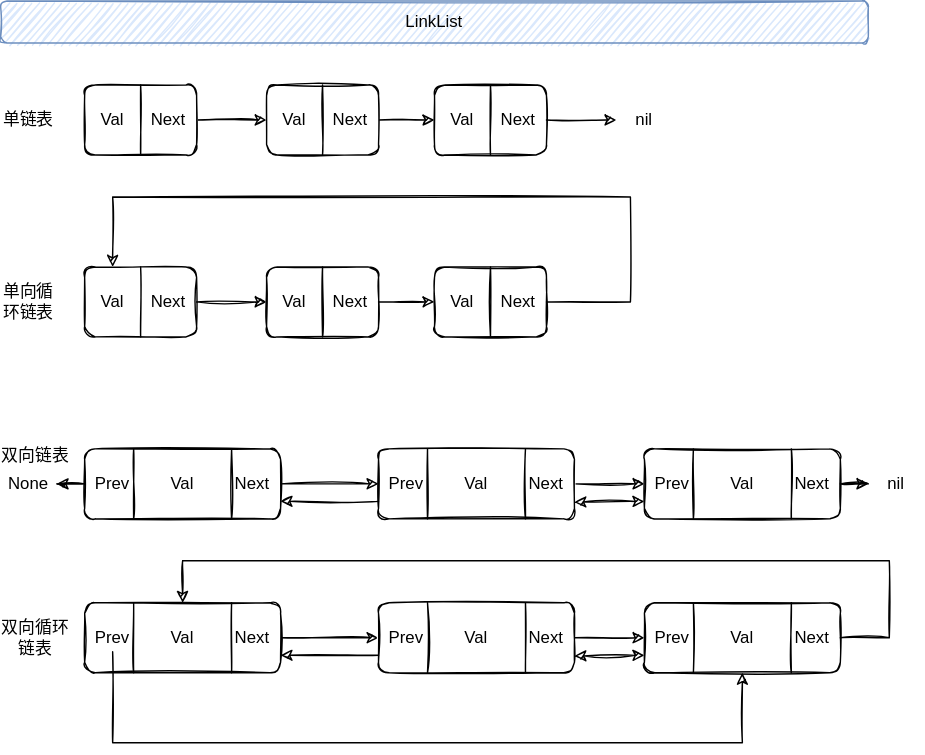
Before: 05-数据结构与算法/00-数据结构/images/LinkList.svg, a diagram exported from draw.io (cd-home/Root). Source tidied: cells renumbered, new cells last; positions are measured from the earlier drawing's top-left corner, leaving out a move shared by most shapes.
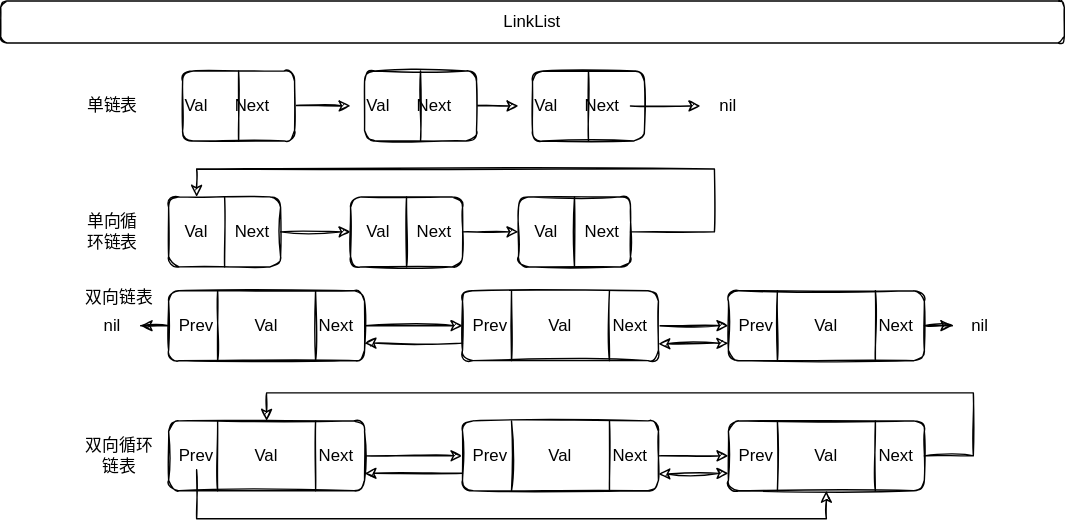
Later version of the same file.

Diff of the diagram source:
```diff
@@ -4,16 +4,22 @@
     <mxCell id="1" parent="0" />
-    <mxCell id="2" style="edgeStyle=orthogonalEdgeStyle;rounded=0;jettySize=auto;html=1;sketch=1;" parent="1" edge="1" source="3" target="5">
-      <mxGeometry relative="1" as="geometry" />
+    <mxCell id="2" style="edgeStyle=orthogonalEdgeStyle;rounded=0;orthogonalLoop=1;jettySize=auto;html=1;sketch=1;" parent="1" edge="1">
+      <mxGeometry relative="1" as="geometry">
+        <mxPoint x="140" y="155" as="sourcePoint" />
+        <mxPoint x="190" y="155" as="targetPoint" />
+      </mxGeometry>
     </mxCell>
     <mxCell id="3" style="rounded=1;whiteSpace=wrap;html=1;sketch=1;" parent="1" vertex="1">
-      <mxGeometry x="60" y="60" width="80" height="50" as="geometry" />
+      <mxGeometry x="70" y="130" width="80" height="50" as="geometry" />
     </mxCell>
-    <mxCell id="4" style="edgeStyle=orthogonalEdgeStyle;rounded=0;jettySize=auto;html=1;sketch=1;" parent="1" edge="1" source="5" target="6">
-      <mxGeometry relative="1" as="geometry" />
+    <mxCell id="4" style="edgeStyle=orthogonalEdgeStyle;rounded=0;orthogonalLoop=1;jettySize=auto;html=1;sketch=1;" parent="1" edge="1">
+      <mxGeometry relative="1" as="geometry">
+        <mxPoint x="270" y="155" as="sourcePoint" />
+        <mxPoint x="310" y="155" as="targetPoint" />
+      </mxGeometry>
     </mxCell>
     <mxCell id="5" style="rounded=1;whiteSpace=wrap;html=1;sketch=1;" parent="1" vertex="1">
-      <mxGeometry x="190" y="60" width="80" height="50" as="geometry" />
+      <mxGeometry x="200" y="130" width="80" height="50" as="geometry" />
     </mxCell>
     <mxCell id="6" style="rounded=1;whiteSpace=wrap;html=1;sketch=1;" parent="1" vertex="1">
-      <mxGeometry x="310" y="60" width="80" height="50" as="geometry" />
+      <mxGeometry x="320" y="130" width="80" height="50" as="geometry" />
     </mxCell>
@@ -28,13 +34,13 @@
     </mxCell>
-    <mxCell id="10" value="Val" style="text;html=1;strokeColor=none;fillColor=none;align=center;verticalAlign=middle;whiteSpace=wrap;rounded=0;sketch=1;" parent="1" vertex="1">
-      <mxGeometry x="60" y="75" width="40" height="20" as="geometry" />
+    <mxCell id="10" value="Val" style="text;html=1;align=center;verticalAlign=middle;whiteSpace=wrap;rounded=0;sketch=1;" parent="1" vertex="1">
+      <mxGeometry x="60" y="145" width="40" height="20" as="geometry" />
     </mxCell>
-    <mxCell id="11" value="Next" style="text;html=1;strokeColor=none;fillColor=none;align=center;verticalAlign=middle;whiteSpace=wrap;rounded=0;sketch=1;" parent="1" vertex="1">
-      <mxGeometry x="100" y="75" width="40" height="20" as="geometry" />
+    <mxCell id="11" value="Next" style="text;html=1;align=center;verticalAlign=middle;whiteSpace=wrap;rounded=0;sketch=1;" parent="1" vertex="1">
+      <mxGeometry x="100" y="145" width="40" height="20" as="geometry" />
     </mxCell>
-    <mxCell id="12" value="Val" style="text;html=1;strokeColor=none;fillColor=none;align=center;verticalAlign=middle;whiteSpace=wrap;rounded=0;sketch=1;" parent="1" vertex="1">
-      <mxGeometry x="190" y="75" width="40" height="20" as="geometry" />
+    <mxCell id="12" value="Val" style="text;html=1;align=center;verticalAlign=middle;whiteSpace=wrap;rounded=0;sketch=1;" parent="1" vertex="1">
+      <mxGeometry x="190" y="145" width="40" height="20" as="geometry" />
     </mxCell>
-    <mxCell id="13" value="Next" style="text;html=1;strokeColor=none;fillColor=none;align=center;verticalAlign=middle;whiteSpace=wrap;rounded=0;sketch=1;" parent="1" vertex="1">
-      <mxGeometry x="230" y="75" width="40" height="20" as="geometry" />
+    <mxCell id="13" value="Next" style="text;html=1;align=center;verticalAlign=middle;whiteSpace=wrap;rounded=0;sketch=1;" parent="1" vertex="1">
+      <mxGeometry x="230" y="145" width="40" height="20" as="geometry" />
     </mxCell>
@@ -43,13 +49,13 @@
     </mxCell>
-    <mxCell id="15" value="Next" style="text;html=1;strokeColor=none;fillColor=none;align=center;verticalAlign=middle;whiteSpace=wrap;rounded=0;sketch=1;" parent="1" vertex="1">
-      <mxGeometry x="350" y="75" width="40" height="20" as="geometry" />
+    <mxCell id="15" value="Next" style="text;html=1;align=center;verticalAlign=middle;whiteSpace=wrap;rounded=0;sketch=1;" parent="1" vertex="1">
+      <mxGeometry x="350" y="145" width="40" height="20" as="geometry" />
     </mxCell>
-    <mxCell id="16" value="nil" style="text;html=1;strokeColor=none;fillColor=none;align=center;verticalAlign=middle;whiteSpace=wrap;rounded=0;sketch=1;" parent="1" vertex="1">
-      <mxGeometry x="440" y="75" width="40" height="20" as="geometry" />
+    <mxCell id="16" value="nil" style="text;html=1;align=center;verticalAlign=middle;whiteSpace=wrap;rounded=0;sketch=1;" parent="1" vertex="1">
+      <mxGeometry x="440" y="145" width="40" height="20" as="geometry" />
     </mxCell>
-    <mxCell id="17" value="Val" style="text;html=1;strokeColor=none;fillColor=none;align=center;verticalAlign=middle;whiteSpace=wrap;rounded=0;sketch=1;" parent="1" vertex="1">
-      <mxGeometry x="310" y="75" width="40" height="20" as="geometry" />
+    <mxCell id="17" value="Val" style="text;html=1;align=center;verticalAlign=middle;whiteSpace=wrap;rounded=0;sketch=1;" parent="1" vertex="1">
+      <mxGeometry x="310" y="145" width="40" height="20" as="geometry" />
     </mxCell>
-    <mxCell id="18" value="单链表" style="text;html=1;strokeColor=none;fillColor=none;align=center;verticalAlign=middle;whiteSpace=wrap;rounded=0;sketch=1;" parent="1" vertex="1">
-      <mxGeometry y="75" width="40" height="20" as="geometry" />
+    <mxCell id="18" value="单链表" style="text;html=1;align=center;verticalAlign=middle;whiteSpace=wrap;rounded=0;sketch=1;" parent="1" vertex="1">
+      <mxGeometry y="145" width="40" height="20" as="geometry" />
     </mxCell>
@@ -59,3 +65,3 @@
     <mxCell id="20" style="rounded=1;whiteSpace=wrap;html=1;sketch=1;" parent="1" vertex="1">
-      <mxGeometry x="60" y="190" width="80" height="50" as="geometry" />
+      <mxGeometry x="60" y="220" width="80" height="50" as="geometry" />
     </mxCell>
@@ -65,6 +71,6 @@
     <mxCell id="22" style="rounded=1;whiteSpace=wrap;html=1;sketch=1;" parent="1" vertex="1">
-      <mxGeometry x="190" y="190" width="80" height="50" as="geometry" />
+      <mxGeometry x="190" y="220" width="80" height="50" as="geometry" />
     </mxCell>
     <mxCell id="23" style="rounded=1;whiteSpace=wrap;html=1;sketch=1;" parent="1" vertex="1">
-      <mxGeometry x="310" y="190" width="80" height="50" as="geometry" />
+      <mxGeometry x="310" y="220" width="80" height="50" as="geometry" />
     </mxCell>
@@ -79,13 +85,13 @@
     </mxCell>
-    <mxCell id="27" value="Val" style="text;html=1;strokeColor=none;fillColor=none;align=center;verticalAlign=middle;whiteSpace=wrap;rounded=0;sketch=1;" parent="1" vertex="1">
-      <mxGeometry x="60" y="205" width="40" height="20" as="geometry" />
+    <mxCell id="27" value="Val" style="text;html=1;align=center;verticalAlign=middle;whiteSpace=wrap;rounded=0;sketch=1;" parent="1" vertex="1">
+      <mxGeometry x="60" y="235" width="40" height="20" as="geometry" />
     </mxCell>
-    <mxCell id="28" value="Next" style="text;html=1;strokeColor=none;fillColor=none;align=center;verticalAlign=middle;whiteSpace=wrap;rounded=0;sketch=1;" parent="1" vertex="1">
-      <mxGeometry x="100" y="205" width="40" height="20" as="geometry" />
+    <mxCell id="28" value="Next" style="text;html=1;align=center;verticalAlign=middle;whiteSpace=wrap;rounded=0;sketch=1;" parent="1" vertex="1">
+      <mxGeometry x="100" y="235" width="40" height="20" as="geometry" />
     </mxCell>
-    <mxCell id="29" value="Val" style="text;html=1;strokeColor=none;fillColor=none;align=center;verticalAlign=middle;whiteSpace=wrap;rounded=0;sketch=1;" parent="1" vertex="1">
-      <mxGeometry x="190" y="205" width="40" height="20" as="geometry" />
+    <mxCell id="29" value="Val" style="text;html=1;align=center;verticalAlign=middle;whiteSpace=wrap;rounded=0;sketch=1;" parent="1" vertex="1">
+      <mxGeometry x="190" y="235" width="40" height="20" as="geometry" />
     </mxCell>
-    <mxCell id="30" value="Next" style="text;html=1;strokeColor=none;fillColor=none;align=center;verticalAlign=middle;whiteSpace=wrap;rounded=0;sketch=1;" parent="1" vertex="1">
-      <mxGeometry x="230" y="205" width="40" height="20" as="geometry" />
+    <mxCell id="30" value="Next" style="text;html=1;align=center;verticalAlign=middle;whiteSpace=wrap;rounded=0;sketch=1;" parent="1" vertex="1">
+      <mxGeometry x="230" y="235" width="40" height="20" as="geometry" />
     </mxCell>
@@ -94,5 +100,5 @@
         <Array as="points">
-          <mxPoint x="450" y="215" />
-          <mxPoint x="450" y="140" />
-          <mxPoint x="80" y="140" />
+          <mxPoint x="450" y="245" />
+          <mxPoint x="450" y="200" />
+          <mxPoint x="80" y="200" />
         </Array>
@@ -100,10 +106,10 @@
     </mxCell>
-    <mxCell id="32" value="Next" style="text;html=1;strokeColor=none;fillColor=none;align=center;verticalAlign=middle;whiteSpace=wrap;rounded=0;sketch=1;" parent="1" vertex="1">
-      <mxGeometry x="350" y="205" width="40" height="20" as="geometry" />
+    <mxCell id="32" value="Next" style="text;html=1;align=center;verticalAlign=middle;whiteSpace=wrap;rounded=0;sketch=1;" parent="1" vertex="1">
+      <mxGeometry x="350" y="235" width="40" height="20" as="geometry" />
     </mxCell>
-    <mxCell id="33" value="Val" style="text;html=1;strokeColor=none;fillColor=none;align=center;verticalAlign=middle;whiteSpace=wrap;rounded=0;sketch=1;" parent="1" vertex="1">
-      <mxGeometry x="310" y="205" width="40" height="20" as="geometry" />
+    <mxCell id="33" value="Val" style="text;html=1;align=center;verticalAlign=middle;whiteSpace=wrap;rounded=0;sketch=1;" parent="1" vertex="1">
+      <mxGeometry x="310" y="235" width="40" height="20" as="geometry" />
     </mxCell>
-    <mxCell id="34" value="单向循环链表" style="text;html=1;strokeColor=none;fillColor=none;align=center;verticalAlign=middle;whiteSpace=wrap;rounded=0;sketch=1;" parent="1" vertex="1">
-      <mxGeometry y="205" width="40" height="20" as="geometry" />
+    <mxCell id="34" value="单向循环链表" style="text;html=1;align=center;verticalAlign=middle;whiteSpace=wrap;rounded=0;sketch=1;" parent="1" vertex="1">
+      <mxGeometry y="235" width="40" height="20" as="geometry" />
     </mxCell>
@@ -113,3 +119,3 @@
     <mxCell id="36" value="Val" style="rounded=1;whiteSpace=wrap;html=1;sketch=1;" parent="1" vertex="1">
-      <mxGeometry x="60" y="320" width="140" height="50" as="geometry" />
+      <mxGeometry x="60" y="287" width="140" height="50" as="geometry" />
     </mxCell>
@@ -119,6 +125,6 @@
     <mxCell id="38" value="Val" style="rounded=1;whiteSpace=wrap;html=1;sketch=1;" parent="1" vertex="1">
-      <mxGeometry x="270" y="320" width="140" height="50" as="geometry" />
+      <mxGeometry x="270" y="287" width="140" height="50" as="geometry" />
     </mxCell>
     <mxCell id="39" value="Val" style="rounded=1;whiteSpace=wrap;html=1;sketch=1;" parent="1" vertex="1">
-      <mxGeometry x="460" y="320" width="140" height="50" as="geometry" />
+      <mxGeometry x="460" y="287" width="140" height="50" as="geometry" />
     </mxCell>
@@ -136,7 +142,7 @@
     </mxCell>
-    <mxCell id="44" value="Prev" style="text;html=1;strokeColor=none;fillColor=none;align=center;verticalAlign=middle;whiteSpace=wrap;rounded=0;sketch=1;" parent="1" vertex="1">
-      <mxGeometry x="270" y="335" width="40" height="20" as="geometry" />
+    <mxCell id="44" value="Prev" style="text;html=1;align=center;verticalAlign=middle;whiteSpace=wrap;rounded=0;sketch=1;" parent="1" vertex="1">
+      <mxGeometry x="270" y="302" width="40" height="20" as="geometry" />
     </mxCell>
-    <mxCell id="45" value="Next" style="text;html=1;strokeColor=none;fillColor=none;align=center;verticalAlign=middle;whiteSpace=wrap;rounded=0;sketch=1;" parent="1" vertex="1">
-      <mxGeometry x="160" y="335" width="40" height="20" as="geometry" />
+    <mxCell id="45" value="Next" style="text;html=1;align=center;verticalAlign=middle;whiteSpace=wrap;rounded=0;sketch=1;" parent="1" vertex="1">
+      <mxGeometry x="160" y="302" width="40" height="20" as="geometry" />
     </mxCell>
@@ -148,10 +154,10 @@
     </mxCell>
-    <mxCell id="48" value="Prev" style="text;html=1;strokeColor=none;fillColor=none;align=center;verticalAlign=middle;whiteSpace=wrap;rounded=0;sketch=1;" parent="1" vertex="1">
-      <mxGeometry x="60" y="335" width="40" height="20" as="geometry" />
+    <mxCell id="48" value="Prev" style="text;html=1;align=center;verticalAlign=middle;whiteSpace=wrap;rounded=0;sketch=1;" parent="1" vertex="1">
+      <mxGeometry x="60" y="302" width="40" height="20" as="geometry" />
     </mxCell>
-    <mxCell id="49" value="None" style="text;html=1;strokeColor=none;fillColor=none;align=center;verticalAlign=middle;whiteSpace=wrap;rounded=0;sketch=1;" parent="1" vertex="1">
-      <mxGeometry y="335" width="40" height="20" as="geometry" />
+    <mxCell id="49" value="nil" style="text;html=1;align=center;verticalAlign=middle;whiteSpace=wrap;rounded=0;sketch=1;" parent="1" vertex="1">
+      <mxGeometry y="302" width="40" height="20" as="geometry" />
     </mxCell>
-    <mxCell id="50" value="Next" style="text;html=1;strokeColor=none;fillColor=none;align=center;verticalAlign=middle;whiteSpace=wrap;rounded=0;sketch=1;" parent="1" vertex="1">
-      <mxGeometry x="370" y="335" width="40" height="20" as="geometry" />
+    <mxCell id="50" value="Next" style="text;html=1;align=center;verticalAlign=middle;whiteSpace=wrap;rounded=0;sketch=1;" parent="1" vertex="1">
+      <mxGeometry x="370" y="302" width="40" height="20" as="geometry" />
     </mxCell>
@@ -163,4 +169,4 @@
     </mxCell>
-    <mxCell id="53" value="Prev" style="text;html=1;strokeColor=none;fillColor=none;align=center;verticalAlign=middle;whiteSpace=wrap;rounded=0;sketch=1;" parent="1" vertex="1">
-      <mxGeometry x="460" y="335" width="40" height="20" as="geometry" />
+    <mxCell id="53" value="Prev" style="text;html=1;align=center;verticalAlign=middle;whiteSpace=wrap;rounded=0;sketch=1;" parent="1" vertex="1">
+      <mxGeometry x="460" y="302" width="40" height="20" as="geometry" />
     </mxCell>
@@ -169,10 +175,10 @@
     </mxCell>
-    <mxCell id="55" value="Next" style="text;html=1;strokeColor=none;fillColor=none;align=center;verticalAlign=middle;whiteSpace=wrap;rounded=0;sketch=1;" parent="1" vertex="1">
-      <mxGeometry x="560" y="335" width="40" height="20" as="geometry" />
+    <mxCell id="55" value="Next" style="text;html=1;align=center;verticalAlign=middle;whiteSpace=wrap;rounded=0;sketch=1;" parent="1" vertex="1">
+      <mxGeometry x="560" y="302" width="40" height="20" as="geometry" />
     </mxCell>
-    <mxCell id="56" value="nil" style="text;html=1;strokeColor=none;fillColor=none;align=center;verticalAlign=middle;whiteSpace=wrap;rounded=0;sketch=1;" parent="1" vertex="1">
-      <mxGeometry x="620" y="335" width="40" height="20" as="geometry" />
+    <mxCell id="56" value="nil" style="text;html=1;align=center;verticalAlign=middle;whiteSpace=wrap;rounded=0;sketch=1;" parent="1" vertex="1">
+      <mxGeometry x="620" y="302" width="40" height="20" as="geometry" />
     </mxCell>
-    <mxCell id="57" value="双向链表" style="text;html=1;strokeColor=none;fillColor=none;align=center;verticalAlign=middle;whiteSpace=wrap;rounded=0;sketch=1;" parent="1" vertex="1">
-      <mxGeometry y="315" width="50" height="20" as="geometry" />
+    <mxCell id="57" value="双向链表" style="text;html=1;align=center;verticalAlign=middle;whiteSpace=wrap;rounded=0;sketch=1;" parent="1" vertex="1">
+      <mxGeometry y="282" width="50" height="20" as="geometry" />
     </mxCell>
@@ -180,3 +186,3 @@
       <mxGeometry relative="1" as="geometry">
-        <mxPoint x="410" y="358" as="targetPoint" />
+        <mxPoint x="410" y="325" as="targetPoint" />
       </mxGeometry>
@@ -187,3 +193,3 @@
     <mxCell id="60" value="Val" style="rounded=1;whiteSpace=wrap;html=1;sketch=1;" parent="1" vertex="1">
-      <mxGeometry x="60" y="430" width="140" height="50" as="geometry" />
+      <mxGeometry x="60" y="380" width="140" height="50" as="geometry" />
     </mxCell>
@@ -193,6 +199,6 @@
     <mxCell id="62" value="Val" style="rounded=1;whiteSpace=wrap;html=1;sketch=1;" parent="1" vertex="1">
-      <mxGeometry x="270" y="430" width="140" height="50" as="geometry" />
+      <mxGeometry x="270" y="380" width="140" height="50" as="geometry" />
     </mxCell>
     <mxCell id="63" value="Val" style="rounded=1;whiteSpace=wrap;html=1;sketch=1;" parent="1" vertex="1">
-      <mxGeometry x="460" y="430" width="140" height="50" as="geometry" />
+      <mxGeometry x="460" y="380" width="140" height="50" as="geometry" />
     </mxCell>
@@ -210,7 +216,7 @@
     </mxCell>
-    <mxCell id="68" value="Prev" style="text;html=1;strokeColor=none;fillColor=none;align=center;verticalAlign=middle;whiteSpace=wrap;rounded=0;sketch=1;" parent="1" vertex="1">
-      <mxGeometry x="270" y="445" width="40" height="20" as="geometry" />
+    <mxCell id="68" value="Prev" style="text;html=1;align=center;verticalAlign=middle;whiteSpace=wrap;rounded=0;sketch=1;" parent="1" vertex="1">
+      <mxGeometry x="270" y="395" width="40" height="20" as="geometry" />
     </mxCell>
-    <mxCell id="69" value="Next" style="text;html=1;strokeColor=none;fillColor=none;align=center;verticalAlign=middle;whiteSpace=wrap;rounded=0;sketch=1;" parent="1" vertex="1">
-      <mxGeometry x="160" y="445" width="40" height="20" as="geometry" />
+    <mxCell id="69" value="Next" style="text;html=1;align=center;verticalAlign=middle;whiteSpace=wrap;rounded=0;sketch=1;" parent="1" vertex="1">
+      <mxGeometry x="160" y="395" width="40" height="20" as="geometry" />
     </mxCell>
@@ -222,4 +228,4 @@
         <Array as="points">
-          <mxPoint x="80" y="530" />
-          <mxPoint x="530" y="530" />
+          <mxPoint x="80" y="450" />
+          <mxPoint x="530" y="450" />
         </Array>
@@ -227,7 +233,7 @@
     </mxCell>
-    <mxCell id="72" value="Prev" style="text;html=1;strokeColor=none;fillColor=none;align=center;verticalAlign=middle;whiteSpace=wrap;rounded=0;sketch=1;" parent="1" vertex="1">
-      <mxGeometry x="60" y="445" width="40" height="20" as="geometry" />
+    <mxCell id="72" value="Prev" style="text;html=1;align=center;verticalAlign=middle;whiteSpace=wrap;rounded=0;sketch=1;" parent="1" vertex="1">
+      <mxGeometry x="60" y="395" width="40" height="20" as="geometry" />
     </mxCell>
-    <mxCell id="73" value="Next" style="text;html=1;strokeColor=none;fillColor=none;align=center;verticalAlign=middle;whiteSpace=wrap;rounded=0;sketch=1;" parent="1" vertex="1">
-      <mxGeometry x="370" y="445" width="40" height="20" as="geometry" />
+    <mxCell id="73" value="Next" style="text;html=1;align=center;verticalAlign=middle;whiteSpace=wrap;rounded=0;sketch=1;" parent="1" vertex="1">
+      <mxGeometry x="370" y="395" width="40" height="20" as="geometry" />
     </mxCell>
@@ -239,4 +245,4 @@
     </mxCell>
-    <mxCell id="76" value="Prev" style="text;html=1;strokeColor=none;fillColor=none;align=center;verticalAlign=middle;whiteSpace=wrap;rounded=0;sketch=1;" parent="1" vertex="1">
-      <mxGeometry x="460" y="445" width="40" height="20" as="geometry" />
+    <mxCell id="76" value="Prev" style="text;html=1;align=center;verticalAlign=middle;whiteSpace=wrap;rounded=0;sketch=1;" parent="1" vertex="1">
+      <mxGeometry x="460" y="395" width="40" height="20" as="geometry" />
     </mxCell>
@@ -245,5 +251,5 @@
         <Array as="points">
-          <mxPoint x="635" y="455" />
-          <mxPoint x="635" y="400" />
-          <mxPoint x="130" y="400" />
+          <mxPoint x="635" y="405" />
+          <mxPoint x="635" y="360" />
+          <mxPoint x="130" y="360" />
         </Array>
@@ -251,7 +257,7 @@
     </mxCell>
-    <mxCell id="78" value="Next" style="text;html=1;strokeColor=none;fillColor=none;align=center;verticalAlign=middle;whiteSpace=wrap;rounded=0;sketch=1;" parent="1" vertex="1">
-      <mxGeometry x="560" y="445" width="40" height="20" as="geometry" />
+    <mxCell id="78" value="Next" style="text;html=1;align=center;verticalAlign=middle;whiteSpace=wrap;rounded=0;sketch=1;" parent="1" vertex="1">
+      <mxGeometry x="560" y="395" width="40" height="20" as="geometry" />
     </mxCell>
-    <mxCell id="79" value="双向循环链表" style="text;html=1;strokeColor=none;fillColor=none;align=center;verticalAlign=middle;whiteSpace=wrap;rounded=0;sketch=1;" parent="1" vertex="1">
-      <mxGeometry y="445" width="50" height="20" as="geometry" />
+    <mxCell id="79" value="双向循环链表" style="text;html=1;align=center;verticalAlign=middle;whiteSpace=wrap;rounded=0;sketch=1;" parent="1" vertex="1">
+      <mxGeometry y="395" width="50" height="20" as="geometry" />
     </mxCell>
@@ -259,7 +265,7 @@
       <mxGeometry relative="1" as="geometry">
-        <mxPoint x="410" y="468" as="targetPoint" />
+        <mxPoint x="410" y="418" as="targetPoint" />
       </mxGeometry>
     </mxCell>
-    <mxCell id="81" value="LinkList" style="rounded=1;whiteSpace=wrap;html=1;fillColor=#dae8fc;strokeColor=#6c8ebf;sketch=1;" parent="1" vertex="1">
-      <mxGeometry width="620" height="30" as="geometry" />
+    <mxCell id="81" value="LinkList" style="rounded=1;whiteSpace=wrap;html=1;sketch=1;" parent="1" vertex="1">
+      <mxGeometry x="-60" y="80" width="760" height="30" as="geometry" />
     </mxCell>
```
